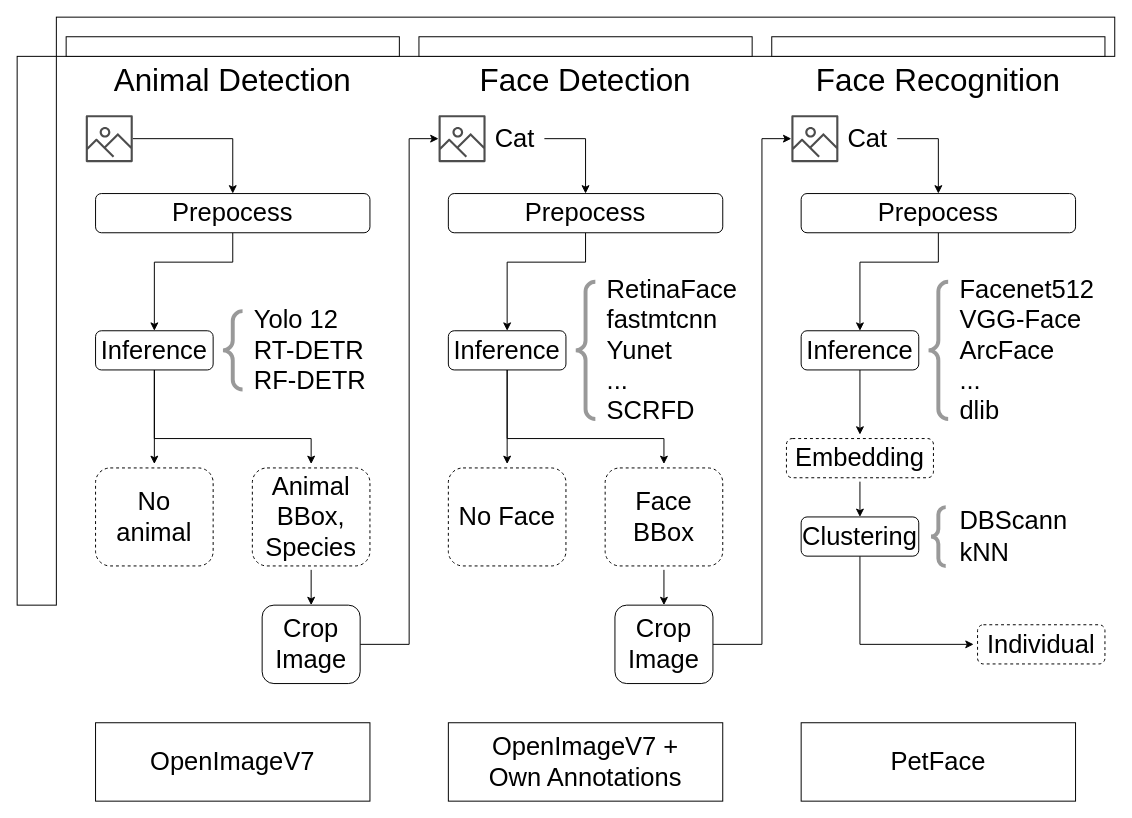
This is docs/system_flow.drawio from Jan108/AFaRec, a draw.io file, before an edit. Source tidied: cells renumbered, new cells numbered last; positions are measured from the earlier drawing's top-left corner, leaving out a move shared by most shapes. Both pictures are drawn from the tidied source at 98%, with x=0, y=0 at pixel (17, 17).
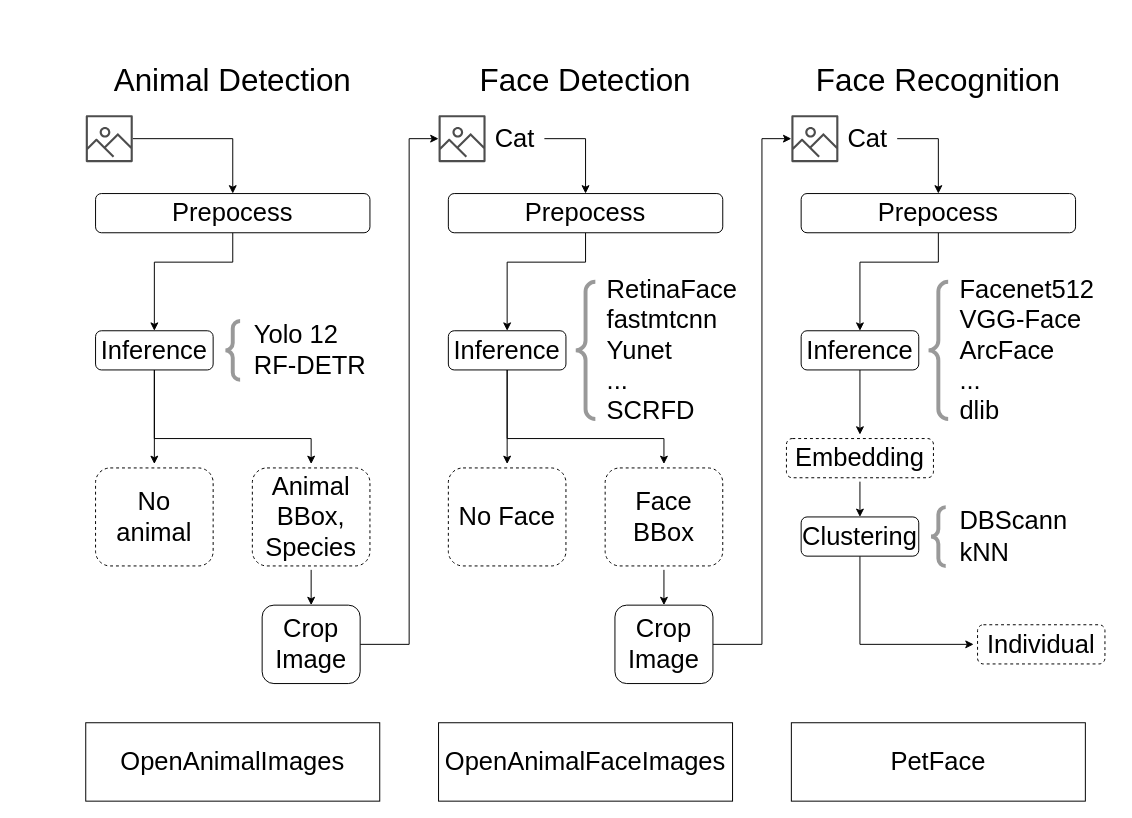
After the change.

The edit, as a diff of the source:
```diff
@@
-    <mxCell id="3" style="rounded=0;whiteSpace=wrap;html=1;fontSize=26;" parent="1" vertex="1">
-      <mxGeometry x="40" width="1080" height="40" as="geometry" />
-    </mxCell>
-    <mxCell id="4" style="rounded=0;whiteSpace=wrap;html=1;fontSize=26;" parent="1" vertex="1">
-      <mxGeometry y="40" width="40" height="560" as="geometry" />
-    </mxCell>
-    <mxCell id="5" style="rounded=0;whiteSpace=wrap;html=1;fontSize=26;" parent="1" vertex="1">
-      <mxGeometry x="50" y="20" width="340" height="20" as="geometry" />
-    </mxCell>
-    <mxCell id="6" style="rounded=0;whiteSpace=wrap;html=1;fontSize=26;" parent="1" vertex="1">
-      <mxGeometry x="770" y="20" width="340" height="20" as="geometry" />
-    </mxCell>
-    <mxCell id="7" style="rounded=0;whiteSpace=wrap;html=1;fontSize=26;" parent="1" vertex="1">
-      <mxGeometry x="410" y="20" width="340" height="20" as="geometry" />
-    </mxCell>
@@
     <mxCell id="15" style="labelPosition=right;align=left;strokeWidth=4;shape=mxgraph.mockup.markup.curlyBrace;html=1;shadow=0;dashed=0;strokeColor=#999999;direction=north;fontSize=26;" parent="1" vertex="1">
-      <mxGeometry x="210" y="300" width="20" height="80" as="geometry" />
+      <mxGeometry x="210" y="310" width="20" height="60" as="geometry" />
     </mxCell>
-    <mxCell id="16" value="&lt;font style=&quot;font-size: 26px;&quot;&gt;Yolo 12&lt;br style=&quot;font-size: 26px;&quot;&gt;RT-DETR&lt;br style=&quot;font-size: 26px;&quot;&gt;&lt;/font&gt;&lt;div style=&quot;font-size: 26px;&quot;&gt;&lt;span style=&quot;background-color: initial; font-size: 26px;&quot;&gt;&lt;font style=&quot;font-size: 26px;&quot;&gt;RF-DETR&lt;/font&gt;&lt;/span&gt;&lt;/div&gt;" style="text;html=1;strokeColor=none;fillColor=none;align=left;verticalAlign=middle;whiteSpace=wrap;rounded=0;fontSize=26;" parent="1" vertex="1">
-      <mxGeometry x="240" y="300" width="120" height="80" as="geometry" />
+    <mxCell id="16" value="&lt;font style=&quot;font-size: 26px;&quot;&gt;Yolo 12&lt;br style=&quot;font-size: 26px;&quot;&gt;&lt;span style=&quot;background-color: initial;&quot;&gt;RF-DETR&lt;/span&gt;&lt;/font&gt;" style="text;html=1;strokeColor=none;fillColor=none;align=left;verticalAlign=middle;whiteSpace=wrap;rounded=0;fontSize=26;" parent="1" vertex="1">
+      <mxGeometry x="240" y="310" width="120" height="60" as="geometry" />
     </mxCell>
@@
-    <mxCell id="53" value="OpenImageV7" style="rounded=0;whiteSpace=wrap;html=1;fontSize=26;" parent="1" vertex="1">
-      <mxGeometry x="80" y="720" width="280" height="80" as="geometry" />
+    <mxCell id="53" value="OpenAnimalImages" style="rounded=0;whiteSpace=wrap;html=1;fontSize=26;" parent="1" vertex="1">
+      <mxGeometry x="70" y="720" width="300" height="80" as="geometry" />
     </mxCell>
     <mxCell id="54" value="PetFace" style="rounded=0;whiteSpace=wrap;html=1;fontSize=26;" parent="1" vertex="1">
-      <mxGeometry x="800" y="720" width="280" height="80" as="geometry" />
+      <mxGeometry x="790" y="720" width="300" height="80" as="geometry" />
     </mxCell>
-    <mxCell id="55" value="OpenImageV7 + &lt;br&gt;Own Annotations" style="rounded=0;whiteSpace=wrap;html=1;fontSize=26;" parent="1" vertex="1">
-      <mxGeometry x="440" y="720" width="280" height="80" as="geometry" />
+    <mxCell id="55" value="OpenAnimalFaceImages" style="rounded=0;whiteSpace=wrap;html=1;fontSize=26;" parent="1" vertex="1">
+      <mxGeometry x="430" y="720" width="300" height="80" as="geometry" />
     </mxCell>
```
